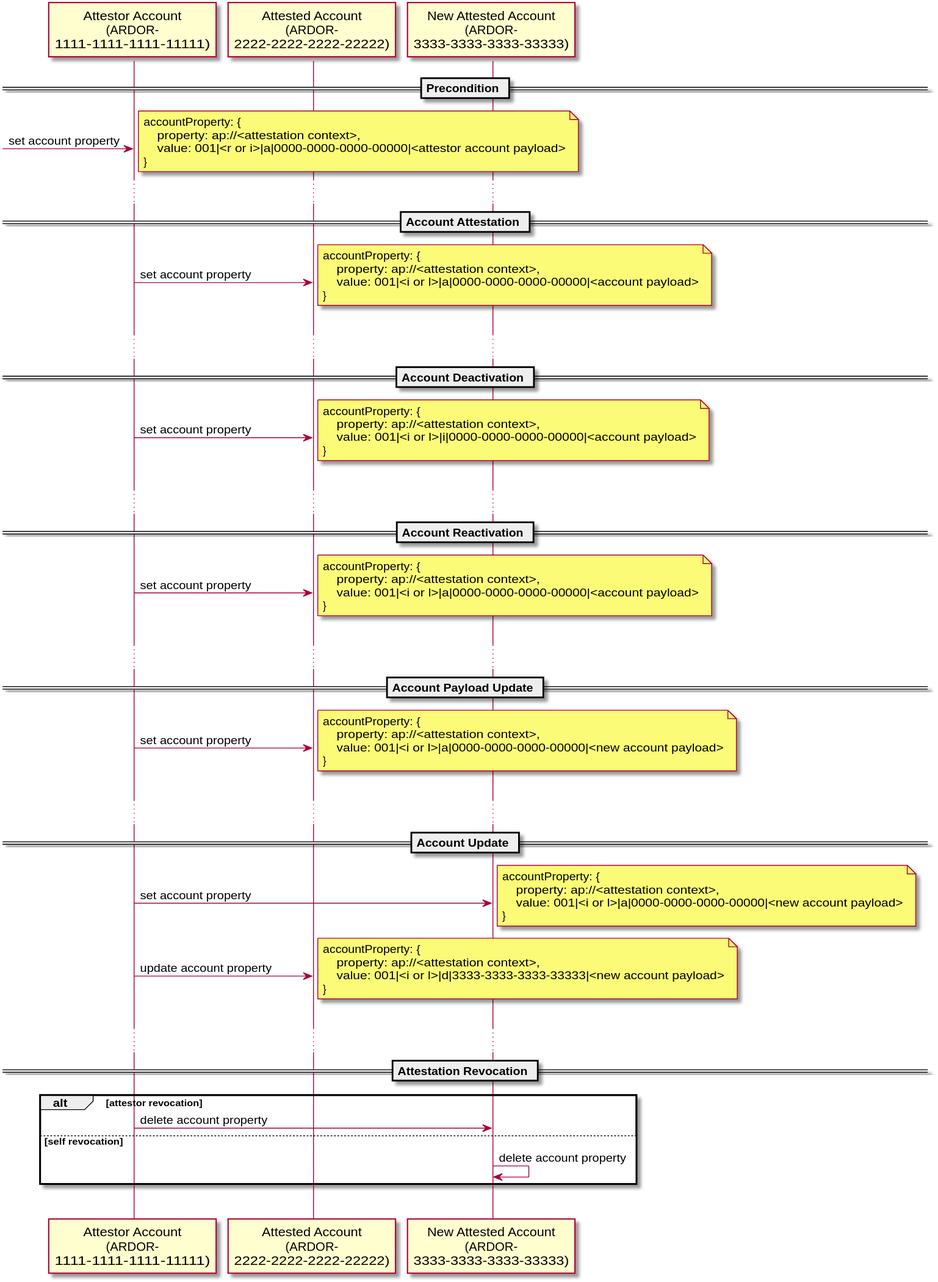
Above: docs/plantUml/out/attestation-protocol/protocol-attestation-workflow/protocol-attestation-workflow.svg in masterbtc/documentation-1 (PlantUML), before the change.
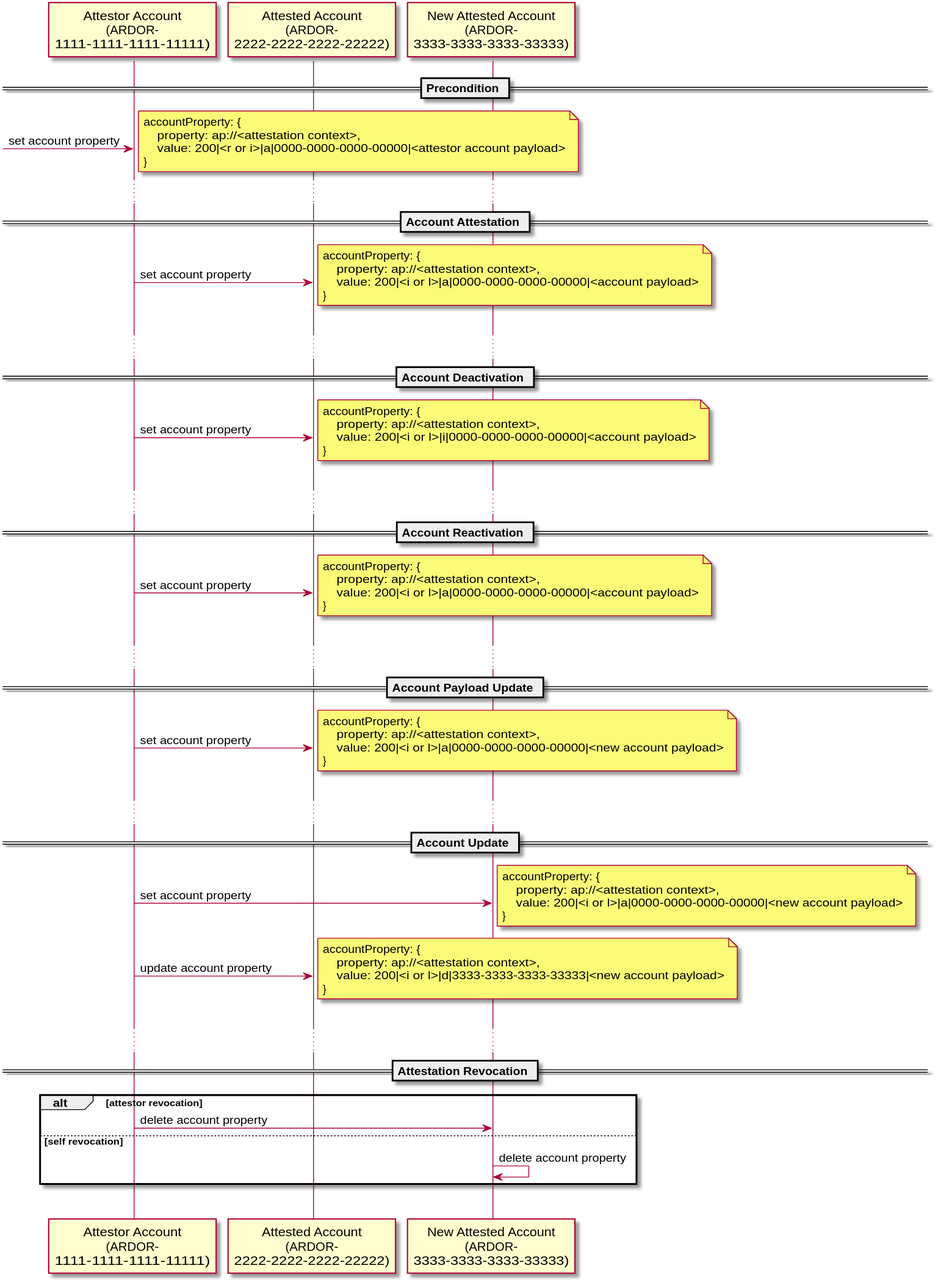
Above is the later version.

Commit message:
improved protocol version handling

What changed in the source:
```diff
@@ -7,11 +7,12 @@
 
 
 == Precondition ==
+
 [-> ATTE: set account property
 note right
     accountProperty: {
         property: ap://<attestation context>,
-        value: 001|<r or i>|a|0000-0000-0000-00000|<attestor account payload>
+        value: 200|<r or i>|a|0000-0000-0000-00000|<attestor account payload>
     }
 end note
 
@@ -23,7 +24,7 @@
 note right
     accountProperty: {
         property: ap://<attestation context>,
-        value: 001|<i or l>|a|0000-0000-0000-00000|<account payload>
+        value: 200|<i or l>|a|0000-0000-0000-00000|<account payload>
     }
 end note
 |||
@@ -36,7 +37,7 @@
 note right
     accountProperty: {
         property: ap://<attestation context>,
-        value: 001|<i or l>|i|0000-0000-0000-00000|<account payload>
+        value: 200|<i or l>|i|0000-0000-0000-00000|<account payload>
     }
 end note
 |||
@@ -49,7 +50,7 @@
 note right
     accountProperty: {
         property: ap://<attestation context>,
-        value: 001|<i or l>|a|0000-0000-0000-00000|<account payload>
+        value: 200|<i or l>|a|0000-0000-0000-00000|<account payload>
     }
 end note
 |||
@@ -62,7 +63,7 @@
 note right
     accountProperty: {
         property: ap://<attestation context>,
-        value: 001|<i or l>|a|0000-0000-0000-00000|<new account payload>
+        value: 200|<i or l>|a|0000-0000-0000-00000|<new account payload>
     }
 end note
 |||
@@ -75,7 +76,7 @@
 note right
     accountProperty: {
         property: ap://<attestation context>,
-        value: 001|<i or l>|a|0000-0000-0000-00000|<new account payload>
+        value: 200|<i or l>|a|0000-0000-0000-00000|<new account payload>
     }
 end note
 
@@ -84,7 +85,7 @@
 note right
     accountProperty: {
         property: ap://<attestation context>,
-        value: 001|<i or l>|d|3333-3333-3333-33333|<new account payload>
+        value: 200|<i or l>|d|3333-3333-3333-33333|<new account payload>
     }
 end note
 |||
```
